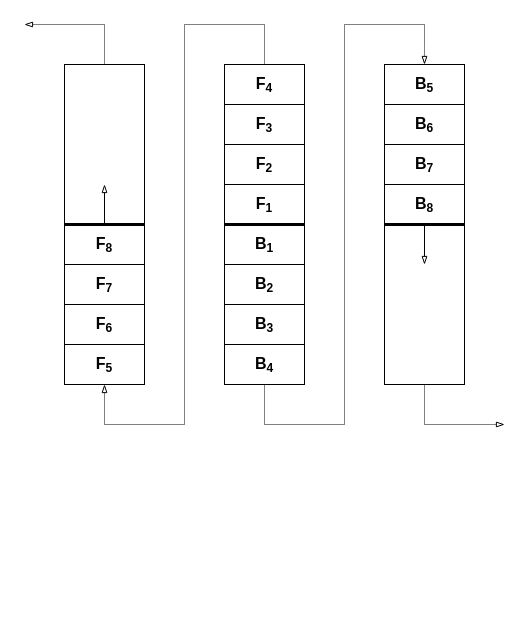
The draw.io diagram projects/examples/source/10.08.drawio in i-s-m-mipt/Education, before the edit. Source tidied: cells renumbered, new cells numbered last; positions are measured from the earlier drawing's top-left corner, leaving out a move shared by most shapes. Both pictures are drawn from the tidied source at 100%, with x=0, y=0 at pixel (24, 24).
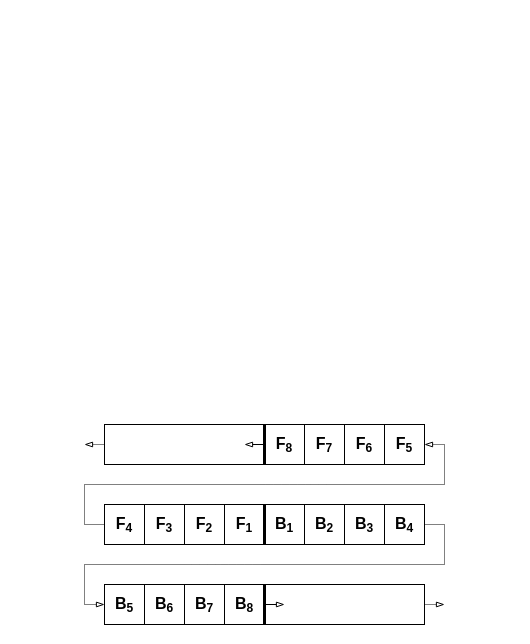
The same page after the edit.

The edit, as a diff of the source:
```diff
@@
     <mxCell id="2" style="rounded=0;whiteSpace=wrap;html=1;fillColor=none;" parent="1" vertex="1">
-      <mxGeometry x="40" y="40" width="80" height="160" as="geometry" />
+      <mxGeometry x="80" y="400" width="160" height="40" as="geometry" />
     </mxCell>
     <mxCell id="3" value="&lt;b&gt;&lt;span style=&quot;font-size: 16px;&quot;&gt;F&lt;/span&gt;&lt;sub&gt;&lt;font style=&quot;font-size: 12px;&quot;&gt;6&lt;/font&gt;&lt;/sub&gt;&lt;/b&gt;" style="rounded=0;whiteSpace=wrap;html=1;fillColor=none;" parent="1" vertex="1">
-      <mxGeometry x="40" y="280" width="80" height="40" as="geometry" />
+      <mxGeometry x="320" y="400" width="40" height="40" as="geometry" />
     </mxCell>
     <mxCell id="4" value="&lt;b&gt;&lt;span style=&quot;font-size: 16px;&quot;&gt;F&lt;/span&gt;&lt;sub&gt;&lt;font style=&quot;font-size: 12px;&quot;&gt;1&lt;/font&gt;&lt;/sub&gt;&lt;/b&gt;" style="rounded=0;whiteSpace=wrap;html=1;fillColor=none;" parent="1" vertex="1">
-      <mxGeometry x="200" y="160" width="80" height="40" as="geometry" />
+      <mxGeometry x="200" y="480" width="40" height="40" as="geometry" />
     </mxCell>
     <mxCell id="5" value="&lt;b style=&quot;&quot;&gt;&lt;font style=&quot;&quot;&gt;&lt;span style=&quot;font-size: 16px;&quot;&gt;B&lt;/span&gt;&lt;sub style=&quot;&quot;&gt;&lt;font style=&quot;font-size: 12px;&quot;&gt;1&lt;/font&gt;&lt;/sub&gt;&lt;/font&gt;&lt;/b&gt;" style="rounded=0;whiteSpace=wrap;html=1;fillColor=none;" parent="1" vertex="1">
-      <mxGeometry x="200" y="200" width="80" height="40" as="geometry" />
+      <mxGeometry x="240" y="480" width="40" height="40" as="geometry" />
     </mxCell>
     <mxCell id="6" style="rounded=0;whiteSpace=wrap;html=1;fillColor=none;" parent="1" vertex="1">
-      <mxGeometry x="360" y="200" width="80" height="160" as="geometry" />
+      <mxGeometry x="240" y="560" width="160" height="40" as="geometry" />
     </mxCell>
     <mxCell id="7" value="&lt;b&gt;&lt;span style=&quot;font-size: 16px;&quot;&gt;F&lt;/span&gt;&lt;sub&gt;&lt;font style=&quot;font-size: 12px;&quot;&gt;5&lt;/font&gt;&lt;/sub&gt;&lt;/b&gt;" style="rounded=0;whiteSpace=wrap;html=1;fillColor=none;" parent="1" vertex="1">
-      <mxGeometry x="40" y="320" width="80" height="40" as="geometry" />
+      <mxGeometry x="360" y="400" width="40" height="40" as="geometry" />
     </mxCell>
     <mxCell id="8" value="&lt;b&gt;&lt;span style=&quot;font-size: 16px;&quot;&gt;B&lt;/span&gt;&lt;sub&gt;&lt;font style=&quot;font-size: 12px;&quot;&gt;6&lt;/font&gt;&lt;/sub&gt;&lt;/b&gt;" style="rounded=0;whiteSpace=wrap;html=1;fillColor=none;" parent="1" vertex="1">
-      <mxGeometry x="360" y="80" width="80" height="40" as="geometry" />
+      <mxGeometry x="120" y="560" width="40" height="40" as="geometry" />
     </mxCell>
-    <mxCell id="9" style="endArrow=none;html=1;rounded=0;exitX=0;exitY=0;exitDx=0;exitDy=0;strokeWidth=3;entryX=1;entryY=0;entryDx=0;entryDy=0;" parent="1" edge="1">
-      <mxGeometry relative="1" as="geometry">
-        <mxPoint x="200" y="200" as="sourcePoint" />
-        <mxPoint x="280" y="200" as="targetPoint" />
-      </mxGeometry>
-    </mxCell>
-    <mxCell id="10" style="endArrow=blockThin;html=1;rounded=0;endFill=0;dashed=1;dashPattern=1 1;exitX=0.5;exitY=0;exitDx=0;exitDy=0;entryX=0.5;entryY=1;entryDx=0;entryDy=0;startSize=6;endSize=6;" parent="1" edge="1" target="7">
-      <mxGeometry relative="1" as="geometry">
-        <mxPoint x="240" y="40" as="sourcePoint" />
-        <Array as="points">
-          <mxPoint x="240" />
-          <mxPoint x="160" />
-          <mxPoint x="160" y="400" />
-          <mxPoint x="80" y="400" />
-        </Array>
-      </mxGeometry>
-    </mxCell>
     <mxCell id="11" style="endArrow=blockThin;html=1;rounded=0;endFill=0;endSize=6;startSize=6;" parent="1" edge="1">
       <mxGeometry relative="1" as="geometry">
-        <mxPoint x="80" y="200" as="sourcePoint" />
-        <mxPoint x="80" y="160" as="targetPoint" />
+        <mxPoint x="240" y="420" as="sourcePoint" />
+        <mxPoint x="220" y="420" as="targetPoint" />
       </mxGeometry>
     </mxCell>
-    <mxCell id="12" style="endArrow=none;html=1;rounded=0;exitX=0;exitY=0;exitDx=0;exitDy=0;strokeWidth=3;entryX=1;entryY=0;entryDx=0;entryDy=0;" parent="1" edge="1">
-      <mxGeometry relative="1" as="geometry">
-        <mxPoint x="40" y="200" as="sourcePoint" />
-        <mxPoint x="120" y="200" as="targetPoint" />
-      </mxGeometry>
-    </mxCell>
-    <mxCell id="13" style="endArrow=none;html=1;rounded=0;exitX=0;exitY=0;exitDx=0;exitDy=0;strokeWidth=3;entryX=1;entryY=0;entryDx=0;entryDy=0;" parent="1" edge="1">
-      <mxGeometry relative="1" as="geometry">
-        <mxPoint x="360" y="200" as="sourcePoint" />
-        <mxPoint x="440" y="200" as="targetPoint" />
-      </mxGeometry>
-    </mxCell>
-    <mxCell id="14" style="endArrow=blockThin;html=1;rounded=0;exitX=0.5;exitY=1;exitDx=0;exitDy=0;endFill=0;endSize=6;startSize=6;" parent="1" edge="1">
+    <mxCell id="14" style="endArrow=blockThin;html=1;rounded=0;exitX=1;exitY=0.5;exitDx=0;exitDy=0;endFill=0;endSize=6;startSize=6;" parent="1" edge="1" source="23">
       <mxGeometry relative="1" as="geometry">
-        <mxPoint x="400" y="200" as="sourcePoint" />
-        <mxPoint x="400" y="240" as="targetPoint" />
+        <mxPoint x="260" y="580" as="targetPoint" />
       </mxGeometry>
     </mxCell>
     <mxCell id="15" value="&lt;b&gt;&lt;span style=&quot;font-size: 16px;&quot;&gt;B&lt;/span&gt;&lt;sub&gt;&lt;font style=&quot;font-size: 12px;&quot;&gt;2&lt;/font&gt;&lt;/sub&gt;&lt;/b&gt;" style="rounded=0;whiteSpace=wrap;html=1;fillColor=none;" parent="1" vertex="1">
-      <mxGeometry x="200" y="240" width="80" height="40" as="geometry" />
+      <mxGeometry x="280" y="480" width="40" height="40" as="geometry" />
     </mxCell>
     <mxCell id="16" value="&lt;b&gt;&lt;span style=&quot;font-size: 16px;&quot;&gt;B&lt;/span&gt;&lt;sub&gt;&lt;font style=&quot;font-size: 12px;&quot;&gt;3&lt;/font&gt;&lt;/sub&gt;&lt;/b&gt;" style="rounded=0;whiteSpace=wrap;html=1;fillColor=none;" parent="1" vertex="1">
-      <mxGeometry x="200" y="280" width="80" height="40" as="geometry" />
+      <mxGeometry x="320" y="480" width="40" height="40" as="geometry" />
     </mxCell>
     <mxCell id="17" value="&lt;b&gt;&lt;span style=&quot;font-size: 16px;&quot;&gt;B&lt;/span&gt;&lt;sub&gt;&lt;font style=&quot;font-size: 12px;&quot;&gt;4&lt;/font&gt;&lt;/sub&gt;&lt;/b&gt;" style="rounded=0;whiteSpace=wrap;html=1;fillColor=none;" parent="1" vertex="1">
-      <mxGeometry x="200" y="320" width="80" height="40" as="geometry" />
+      <mxGeometry x="360" y="480" width="40" height="40" as="geometry" />
     </mxCell>
     <mxCell id="18" value="&lt;b&gt;&lt;span style=&quot;font-size: 16px;&quot;&gt;F&lt;/span&gt;&lt;sub&gt;&lt;font style=&quot;font-size: 12px;&quot;&gt;2&lt;/font&gt;&lt;/sub&gt;&lt;/b&gt;" style="rounded=0;whiteSpace=wrap;html=1;fillColor=none;" parent="1" vertex="1">
-      <mxGeometry x="200" y="120" width="80" height="40" as="geometry" />
+      <mxGeometry x="160" y="480" width="40" height="40" as="geometry" />
     </mxCell>
     <mxCell id="19" value="&lt;b&gt;&lt;span style=&quot;font-size: 16px;&quot;&gt;F&lt;/span&gt;&lt;sub&gt;&lt;font style=&quot;font-size: 12px;&quot;&gt;3&lt;/font&gt;&lt;/sub&gt;&lt;/b&gt;" style="rounded=0;whiteSpace=wrap;html=1;fillColor=none;" parent="1" vertex="1">
-      <mxGeometry x="200" y="80" width="80" height="40" as="geometry" />
+      <mxGeometry x="120" y="480" width="40" height="40" as="geometry" />
     </mxCell>
     <mxCell id="20" value="&lt;b&gt;&lt;span style=&quot;font-size: 16px;&quot;&gt;F&lt;/span&gt;&lt;sub&gt;&lt;font style=&quot;font-size: 12px;&quot;&gt;4&lt;/font&gt;&lt;/sub&gt;&lt;/b&gt;" style="rounded=0;whiteSpace=wrap;html=1;fillColor=none;" parent="1" vertex="1">
-      <mxGeometry x="200" y="40" width="80" height="40" as="geometry" />
+      <mxGeometry x="80" y="480" width="40" height="40" as="geometry" />
     </mxCell>
     <mxCell id="21" value="&lt;b&gt;&lt;span style=&quot;font-size: 16px;&quot;&gt;B&lt;/span&gt;&lt;sub&gt;&lt;font style=&quot;font-size: 12px;&quot;&gt;5&lt;/font&gt;&lt;/sub&gt;&lt;/b&gt;" style="rounded=0;whiteSpace=wrap;html=1;fillColor=none;" parent="1" vertex="1">
-      <mxGeometry x="360" y="40" width="80" height="40" as="geometry" />
+      <mxGeometry x="80" y="560" width="40" height="40" as="geometry" />
     </mxCell>
-    <mxCell id="22" style="endArrow=blockThin;html=1;rounded=0;dashed=1;dashPattern=1 1;endFill=0;endSize=6;exitX=0.5;exitY=1;exitDx=0;exitDy=0;entryX=0.5;entryY=0;entryDx=0;entryDy=0;startSize=6;" parent="1" edge="1" source="17" target="21">
-      <mxGeometry relative="1" as="geometry">
-        <Array as="points">
-          <mxPoint x="240" y="400" />
-          <mxPoint x="320" y="400" />
-          <mxPoint x="320" />
-          <mxPoint x="400" />
-        </Array>
-      </mxGeometry>
-    </mxCell>
     <mxCell id="23" value="&lt;b&gt;&lt;span style=&quot;font-size: 16px;&quot;&gt;B&lt;/span&gt;&lt;sub&gt;&lt;font style=&quot;font-size: 12px;&quot;&gt;8&lt;/font&gt;&lt;/sub&gt;&lt;/b&gt;" style="rounded=0;whiteSpace=wrap;html=1;fillColor=none;" parent="1" vertex="1">
-      <mxGeometry x="360" y="160" width="80" height="40" as="geometry" />
+      <mxGeometry x="200" y="560" width="40" height="40" as="geometry" />
     </mxCell>
     <mxCell id="24" value="&lt;b&gt;&lt;span style=&quot;font-size: 16px;&quot;&gt;B&lt;/span&gt;&lt;sub&gt;&lt;font style=&quot;font-size: 12px;&quot;&gt;7&lt;/font&gt;&lt;/sub&gt;&lt;/b&gt;" style="rounded=0;whiteSpace=wrap;html=1;fillColor=none;" parent="1" vertex="1">
-      <mxGeometry x="360" y="120" width="80" height="40" as="geometry" />
+      <mxGeometry x="160" y="560" width="40" height="40" as="geometry" />
     </mxCell>
-    <mxCell id="25" value="&lt;b&gt;&lt;span style=&quot;font-size: 16px;&quot;&gt;F&lt;/span&gt;&lt;sub&gt;&lt;font style=&quot;font-size: 12px;&quot;&gt;8&lt;/font&gt;&lt;/sub&gt;&lt;/b&gt;" style="rounded=0;whiteSpace=wrap;html=1;fillColor=none;" parent="1" vertex="1">
-      <mxGeometry x="40" y="200" width="80" height="40" as="geometry" />
+    <mxCell id="25" value="&lt;b&gt;&lt;font style=&quot;&quot;&gt;&lt;span style=&quot;font-size: 16px;&quot;&gt;F&lt;/span&gt;&lt;sub style=&quot;&quot;&gt;&lt;font style=&quot;font-size: 12px;&quot;&gt;8&lt;/font&gt;&lt;/sub&gt;&lt;/font&gt;&lt;/b&gt;" style="rounded=0;whiteSpace=wrap;html=1;fillColor=none;" parent="1" vertex="1">
+      <mxGeometry x="240" y="400" width="40" height="40" as="geometry" />
     </mxCell>
     <mxCell id="26" value="&lt;b&gt;&lt;span style=&quot;font-size: 16px;&quot;&gt;F&lt;/span&gt;&lt;sub&gt;&lt;font style=&quot;font-size: 12px;&quot;&gt;7&lt;/font&gt;&lt;/sub&gt;&lt;/b&gt;" style="rounded=0;whiteSpace=wrap;html=1;fillColor=none;" parent="1" vertex="1">
-      <mxGeometry x="40" y="240" width="80" height="40" as="geometry" />
+      <mxGeometry x="280" y="400" width="40" height="40" as="geometry" />
     </mxCell>
-    <mxCell id="27" style="endArrow=blockThin;html=1;rounded=0;exitX=0.5;exitY=0;exitDx=0;exitDy=0;dashed=1;dashPattern=1 1;endSize=6;endFill=0;" parent="1" edge="1" source="2">
-      <mxGeometry relative="1" as="geometry">
-        <mxPoint as="targetPoint" />
-        <Array as="points">
-          <mxPoint x="80" />
-        </Array>
-      </mxGeometry>
-    </mxCell>
-    <mxCell id="28" style="endArrow=blockThin;html=1;rounded=0;exitX=0.5;exitY=1;exitDx=0;exitDy=0;dashed=1;dashPattern=1 1;endSize=6;endFill=0;" parent="1" edge="1" source="6">
-      <mxGeometry relative="1" as="geometry">
-        <mxPoint x="480" y="400" as="targetPoint" />
-        <Array as="points">
-          <mxPoint x="400" y="400" />
-        </Array>
-      </mxGeometry>
-    </mxCell>
+    <mxCell id="29" style="endArrow=none;html=1;rounded=0;exitX=1;exitY=1;exitDx=0;exitDy=0;entryX=0;entryY=0;entryDx=0;entryDy=0;strokeWidth=3;" parent="1" edge="1" source="4" target="5">
+      <mxGeometry relative="1" as="geometry" />
+    </mxCell>
+    <mxCell id="30" style="endArrow=none;html=1;rounded=0;exitX=1;exitY=1;exitDx=0;exitDy=0;entryX=0;entryY=0;entryDx=0;entryDy=0;strokeWidth=3;" parent="1" edge="1" source="23" target="6">
+      <mxGeometry relative="1" as="geometry" />
+    </mxCell>
+    <mxCell id="31" style="endArrow=none;html=1;rounded=0;exitX=0;exitY=1;exitDx=0;exitDy=0;entryX=0;entryY=0;entryDx=0;entryDy=0;strokeWidth=3;" parent="1" edge="1" source="25" target="25">
+      <mxGeometry relative="1" as="geometry" />
+    </mxCell>
+    <mxCell id="32" style="endArrow=blockThin;html=1;rounded=0;exitX=0;exitY=0.5;exitDx=0;exitDy=0;endFill=0;dashed=1;dashPattern=1 1;entryX=1;entryY=0.5;entryDx=0;entryDy=0;" parent="1" edge="1" source="20" target="7">
+      <mxGeometry relative="1" as="geometry">
+        <Array as="points">
+          <mxPoint x="60" y="500" />
+          <mxPoint x="60" y="460" />
+          <mxPoint x="420" y="460" />
+          <mxPoint x="420" y="420" />
+        </Array>
+      </mxGeometry>
+    </mxCell>
+    <mxCell id="22" style="endArrow=blockThin;html=1;rounded=0;entryX=0;entryY=0.5;entryDx=0;entryDy=0;exitX=1;exitY=0.5;exitDx=0;exitDy=0;dashed=1;dashPattern=1 1;endFill=0;" parent="1" edge="1" source="17" target="21">
+      <mxGeometry relative="1" as="geometry">
+        <Array as="points">
+          <mxPoint x="420" y="500" />
+          <mxPoint x="420" y="540" />
+          <mxPoint x="60" y="540" />
+          <mxPoint x="60" y="580" />
+        </Array>
+      </mxGeometry>
+    </mxCell>
+    <mxCell id="33" style="endArrow=blockThin;html=1;rounded=0;exitX=0;exitY=0.5;exitDx=0;exitDy=0;endFill=0;dashed=1;dashPattern=1 1;" parent="1" edge="1" source="2">
+      <mxGeometry relative="1" as="geometry">
+        <mxPoint x="60" y="420" as="targetPoint" />
+      </mxGeometry>
+    </mxCell>
+    <mxCell id="34" style="endArrow=blockThin;html=1;rounded=0;exitX=1;exitY=0.5;exitDx=0;exitDy=0;endFill=0;dashed=1;dashPattern=1 1;" parent="1" edge="1" source="6">
+      <mxGeometry relative="1" as="geometry">
+        <mxPoint x="420" y="580" as="targetPoint" />
+      </mxGeometry>
+    </mxCell>
```
